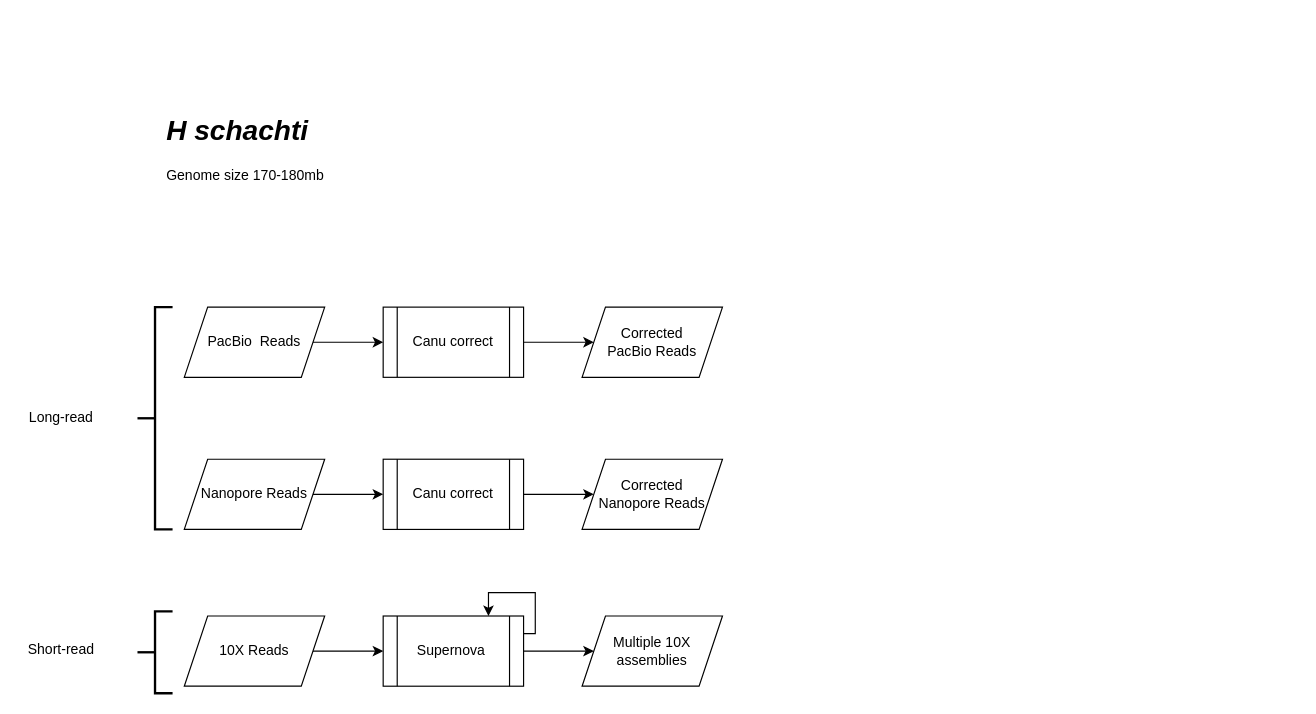
Above: gene_families/Untitled Diagram.drawio in Jorisvansteenbrugge/scripts (draw.io), before the change. Source tidied: cells renumbered, new cells numbered last; positions are measured from the earlier drawing's top-left corner, leaving out a move shared by most shapes. Both pictures are drawn from the tidied source at 117%, with x=0, y=0 at pixel (20, 108).
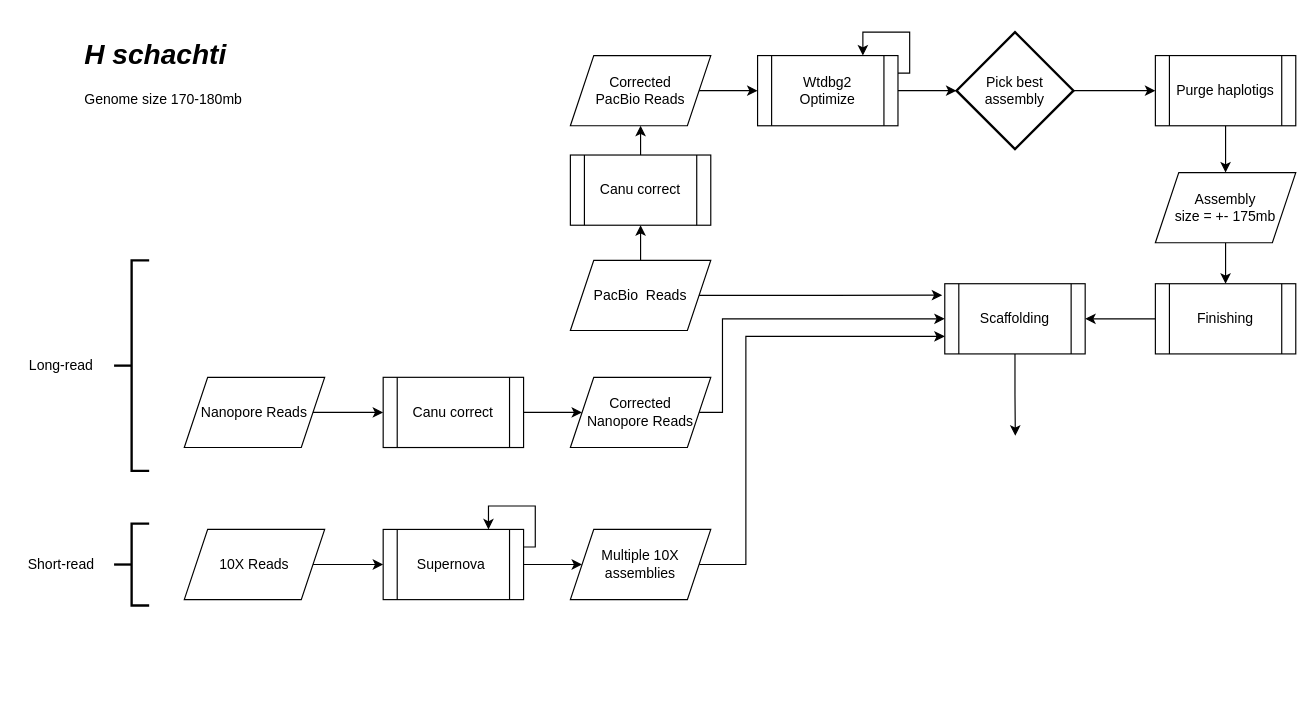
The same page after the edit.

The edit, as a diff of the source:
```diff
@@
+    <mxCell id="23" style="edgeStyle=orthogonalEdgeStyle;rounded=0;jettySize=auto;html=1;exitX=1;exitY=0.5;exitDx=0;exitDy=0;entryX=-0.018;entryY=0.163;entryDx=0;entryDy=0;entryPerimeter=0;" parent="1" edge="1" source="2" target="39">
+      <mxGeometry relative="1" as="geometry" />
+    </mxCell>
     <mxCell id="2" value="PacBio&amp;nbsp; Reads" style="shape=parallelogram;perimeter=parallelogramPerimeter;whiteSpace=wrap;html=1;fixedSize=1;" parent="1" vertex="1">
-      <mxGeometry x="140" y="170" width="120" height="60" as="geometry" />
+      <mxGeometry x="470" y="130" width="120" height="60" as="geometry" />
     </mxCell>
     <mxCell id="3" value="Nanopore Reads" style="shape=parallelogram;perimeter=parallelogramPerimeter;whiteSpace=wrap;html=1;fixedSize=1;" parent="1" vertex="1">
-      <mxGeometry x="140" y="300" width="120" height="60" as="geometry" />
+      <mxGeometry x="140" y="230" width="120" height="60" as="geometry" />
     </mxCell>
@@
     <mxCell id="5" value="10X Reads" style="shape=parallelogram;perimeter=parallelogramPerimeter;whiteSpace=wrap;html=1;fixedSize=1;" parent="1" vertex="1">
-      <mxGeometry x="140" y="434" width="120" height="60" as="geometry" />
+      <mxGeometry x="140" y="360" width="120" height="60" as="geometry" />
     </mxCell>
     <mxCell id="6" value="Canu correct" style="shape=process;whiteSpace=wrap;html=1;backgroundOutline=1;" parent="1" vertex="1">
-      <mxGeometry x="310" y="170" width="120" height="60" as="geometry" />
+      <mxGeometry x="470" y="40" width="120" height="60" as="geometry" />
     </mxCell>
@@
     <mxCell id="8" value="Canu correct" style="shape=process;whiteSpace=wrap;html=1;backgroundOutline=1;" parent="1" vertex="1">
-      <mxGeometry x="310" y="300" width="120" height="60" as="geometry" />
+      <mxGeometry x="310" y="230" width="120" height="60" as="geometry" />
     </mxCell>
+    <mxCell id="24" style="edgeStyle=orthogonalEdgeStyle;rounded=0;jettySize=auto;html=1;exitX=1;exitY=0.5;exitDx=0;exitDy=0;entryX=0;entryY=0.5;entryDx=0;entryDy=0;" parent="1" edge="1" source="9" target="39">
+      <mxGeometry relative="1" as="geometry">
+        <Array as="points">
+          <mxPoint x="600" y="260" />
+          <mxPoint x="600" y="180" />
+        </Array>
+      </mxGeometry>
+    </mxCell>
     <mxCell id="9" value="Corrected&lt;br&gt;Nanopore Reads&lt;br&gt;" style="shape=parallelogram;perimeter=parallelogramPerimeter;whiteSpace=wrap;html=1;fixedSize=1;" parent="1" vertex="1">
-      <mxGeometry x="480" y="300" width="120" height="60" as="geometry" />
+      <mxGeometry x="470" y="230" width="120" height="60" as="geometry" />
     </mxCell>
+    <mxCell id="25" style="edgeStyle=orthogonalEdgeStyle;rounded=0;jettySize=auto;html=1;exitX=1;exitY=0.5;exitDx=0;exitDy=0;entryX=0;entryY=0.5;entryDx=0;entryDy=0;" parent="1" edge="1" source="10" target="28">
+      <mxGeometry relative="1" as="geometry" />
+    </mxCell>
     <mxCell id="10" value="Corrected&lt;br&gt;PacBio Reads" style="shape=parallelogram;perimeter=parallelogramPerimeter;whiteSpace=wrap;html=1;fixedSize=1;" parent="1" vertex="1">
-      <mxGeometry x="480" y="170" width="120" height="60" as="geometry" />
+      <mxGeometry x="470" y="-45" width="120" height="60" as="geometry" />
     </mxCell>
@@
     <mxCell id="12" value="Supernova&amp;nbsp;&lt;br&gt;" style="shape=process;whiteSpace=wrap;html=1;backgroundOutline=1;" parent="1" vertex="1">
-      <mxGeometry x="310" y="434" width="120" height="60" as="geometry" />
+      <mxGeometry x="310" y="360" width="120" height="60" as="geometry" />
     </mxCell>
+    <mxCell id="26" style="edgeStyle=orthogonalEdgeStyle;rounded=0;jettySize=auto;html=1;exitX=1;exitY=0.5;exitDx=0;exitDy=0;entryX=0;entryY=0.75;entryDx=0;entryDy=0;" parent="1" edge="1" source="13" target="39">
+      <mxGeometry relative="1" as="geometry">
+        <Array as="points">
+          <mxPoint x="620" y="390" />
+          <mxPoint x="620" y="195" />
+        </Array>
+      </mxGeometry>
+    </mxCell>
     <mxCell id="13" value="Multiple 10X assemblies" style="shape=parallelogram;perimeter=parallelogramPerimeter;whiteSpace=wrap;html=1;fixedSize=1;" parent="1" vertex="1">
-      <mxGeometry x="480" y="434" width="120" height="60" as="geometry" />
+      <mxGeometry x="470" y="360" width="120" height="60" as="geometry" />
     </mxCell>
-    <mxCell id="14" style="endArrow=classic;html=1;exitX=1;exitY=0.5;exitDx=0;exitDy=0;entryX=0;entryY=0.5;entryDx=0;entryDy=0;" parent="1" edge="1" source="2" target="6">
+    <mxCell id="14" style="endArrow=classic;html=1;exitX=0.5;exitY=0;exitDx=0;exitDy=0;entryX=0.5;entryY=1;entryDx=0;entryDy=0;" parent="1" edge="1" source="2" target="6">
       <mxGeometry relative="1" as="geometry" />
     </mxCell>
-    <mxCell id="15" style="endArrow=classic;html=1;exitX=1;exitY=0.5;exitDx=0;exitDy=0;entryX=0;entryY=0.5;entryDx=0;entryDy=0;" parent="1" edge="1" source="6" target="10">
+    <mxCell id="15" style="endArrow=classic;html=1;exitX=0.5;exitY=0;exitDx=0;exitDy=0;entryX=0.5;entryY=1;entryDx=0;entryDy=0;" parent="1" edge="1" source="6" target="10">
       <mxGeometry relative="1" as="geometry" />
     </mxCell>
@@
     <mxCell id="17" style="edgeStyle=orthogonalEdgeStyle;rounded=0;orthogonalLoop=1;jettySize=auto;html=1;exitX=1;exitY=0.25;exitDx=0;exitDy=0;entryX=0.75;entryY=0;entryDx=0;entryDy=0;" parent="1" edge="1" source="12" target="12">
       <mxGeometry relative="1" as="geometry">
         <Array as="points">
-          <mxPoint x="440" y="449" />
-          <mxPoint x="440" y="414" />
-          <mxPoint x="400" y="414" />
+          <mxPoint x="440" y="375" />
+          <mxPoint x="440" y="340" />
+          <mxPoint x="400" y="340" />
         </Array>
       </mxGeometry>
     </mxCell>
     <mxCell id="18" value="&lt;h1&gt;&lt;i&gt;H schachti&lt;/i&gt;&lt;/h1&gt;&lt;p&gt;Genome size 170-180mb&lt;/p&gt;" style="text;html=1;strokeColor=none;fillColor=none;spacing=5;spacingTop=-20;whiteSpace=wrap;overflow=hidden;rounded=0;" parent="1" vertex="1">
-      <mxGeometry x="120" width="190" height="120" as="geometry" />
+      <mxGeometry x="50" y="-65" width="190" height="120" as="geometry" />
     </mxCell>
     <mxCell id="19" style="strokeWidth=2;html=1;shape=mxgraph.flowchart.annotation_2;align=left;labelPosition=right;" parent="1" vertex="1">
-      <mxGeometry x="100" y="170" width="30" height="190" as="geometry" />
+      <mxGeometry x="80" y="130" width="30" height="180" as="geometry" />
     </mxCell>
     <mxCell id="20" value="Long-read" style="text;html=1;strokeColor=none;fillColor=none;align=center;verticalAlign=middle;whiteSpace=wrap;rounded=0;" parent="1" vertex="1">
-      <mxGeometry y="255" width="70" height="20" as="geometry" />
+      <mxGeometry y="210" width="70" height="20" as="geometry" />
     </mxCell>
     <mxCell id="21" style="strokeWidth=2;html=1;shape=mxgraph.flowchart.annotation_2;align=left;labelPosition=right;" parent="1" vertex="1">
-      <mxGeometry x="100" y="430" width="30" height="70" as="geometry" />
+      <mxGeometry x="80" y="355" width="30" height="70" as="geometry" />
     </mxCell>
     <mxCell id="22" value="Short-read" style="text;html=1;strokeColor=none;fillColor=none;align=center;verticalAlign=middle;whiteSpace=wrap;rounded=0;" parent="1" vertex="1">
-      <mxGeometry y="453" width="70" height="20" as="geometry" />
+      <mxGeometry y="380" width="70" height="20" as="geometry" />
     </mxCell>
+    <mxCell id="27" style="edgeStyle=orthogonalEdgeStyle;rounded=0;jettySize=auto;html=1;exitX=1;exitY=0.5;exitDx=0;exitDy=0;entryX=0;entryY=0.5;entryDx=0;entryDy=0;entryPerimeter=0;" parent="1" edge="1" source="28" target="32">
+      <mxGeometry relative="1" as="geometry" />
+    </mxCell>
+    <mxCell id="28" value="Wtdbg2&lt;br&gt;Optimize" style="shape=process;whiteSpace=wrap;html=1;backgroundOutline=1;" parent="1" vertex="1">
+      <mxGeometry x="630" y="-45" width="120" height="60" as="geometry" />
+    </mxCell>
+    <mxCell id="29" style="edgeStyle=orthogonalEdgeStyle;rounded=0;jettySize=auto;html=1;exitX=0.5;exitY=1;exitDx=0;exitDy=0;entryX=0.5;entryY=0;entryDx=0;entryDy=0;" parent="1" edge="1" source="30" target="35">
+      <mxGeometry relative="1" as="geometry" />
+    </mxCell>
+    <mxCell id="30" value="Purge haplotigs" style="shape=process;whiteSpace=wrap;html=1;backgroundOutline=1;" parent="1" vertex="1">
+      <mxGeometry x="970" y="-45" width="120" height="60" as="geometry" />
+    </mxCell>
+    <mxCell id="31" style="edgeStyle=orthogonalEdgeStyle;rounded=0;jettySize=auto;html=1;exitX=1;exitY=0.5;exitDx=0;exitDy=0;exitPerimeter=0;entryX=0;entryY=0.5;entryDx=0;entryDy=0;" parent="1" edge="1" source="32" target="30">
+      <mxGeometry relative="1" as="geometry" />
+    </mxCell>
+    <mxCell id="32" value="Pick best assembly" style="strokeWidth=2;html=1;shape=mxgraph.flowchart.decision;whiteSpace=wrap;" parent="1" vertex="1">
+      <mxGeometry x="800" y="-65" width="100" height="100" as="geometry" />
+    </mxCell>
+    <mxCell id="33" style="edgeStyle=orthogonalEdgeStyle;rounded=0;orthogonalLoop=1;jettySize=auto;html=1;exitX=1;exitY=0.25;exitDx=0;exitDy=0;entryX=0.75;entryY=0;entryDx=0;entryDy=0;" parent="1" edge="1" source="28" target="28">
+      <mxGeometry relative="1" as="geometry">
+        <Array as="points">
+          <mxPoint x="760" y="-30" />
+          <mxPoint x="760" y="-65" />
+          <mxPoint x="720" y="-65" />
+        </Array>
+      </mxGeometry>
+    </mxCell>
+    <mxCell id="34" style="edgeStyle=orthogonalEdgeStyle;rounded=0;jettySize=auto;html=1;exitX=0.5;exitY=1;exitDx=0;exitDy=0;entryX=0.5;entryY=0;entryDx=0;entryDy=0;" parent="1" edge="1" source="35" target="37">
+      <mxGeometry relative="1" as="geometry" />
+    </mxCell>
+    <mxCell id="35" value="Assembly&lt;br&gt;size = +- 175mb" style="shape=parallelogram;perimeter=parallelogramPerimeter;whiteSpace=wrap;html=1;fixedSize=1;" parent="1" vertex="1">
+      <mxGeometry x="970" y="55" width="120" height="60" as="geometry" />
+    </mxCell>
+    <mxCell id="36" style="edgeStyle=orthogonalEdgeStyle;rounded=0;jettySize=auto;html=1;exitX=0;exitY=0.5;exitDx=0;exitDy=0;entryX=1;entryY=0.5;entryDx=0;entryDy=0;" parent="1" edge="1" source="37" target="39">
+      <mxGeometry relative="1" as="geometry" />
+    </mxCell>
+    <mxCell id="37" value="Finishing" style="shape=process;whiteSpace=wrap;html=1;backgroundOutline=1;" parent="1" vertex="1">
+      <mxGeometry x="970" y="150" width="120" height="60" as="geometry" />
+    </mxCell>
+    <mxCell id="38" style="edgeStyle=orthogonalEdgeStyle;rounded=0;jettySize=auto;html=1;exitX=0.5;exitY=1;exitDx=0;exitDy=0;" parent="1" edge="1" source="39">
+      <mxGeometry relative="1" as="geometry">
+        <mxPoint x="850.3" y="280" as="targetPoint" />
+      </mxGeometry>
+    </mxCell>
+    <mxCell id="39" value="Scaffolding" style="shape=process;whiteSpace=wrap;html=1;backgroundOutline=1;" parent="1" vertex="1">
+      <mxGeometry x="790" y="150" width="120" height="60" as="geometry" />
+    </mxCell>
```
